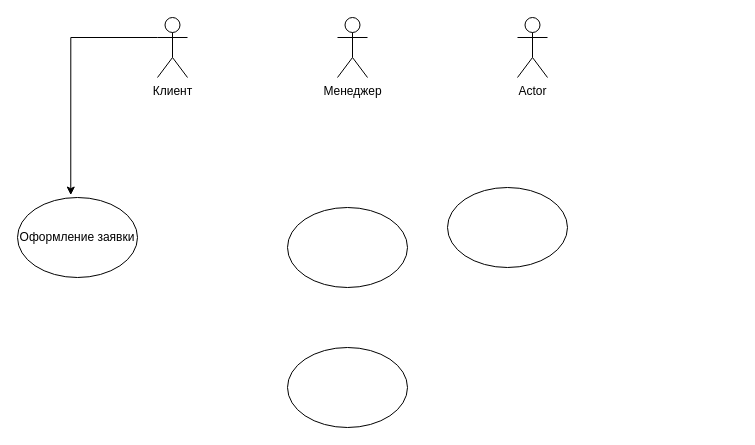
This is page "Страница — 4" (4 of 4) of Диаграмма без названия.drawio from MOLLIP-merzota/-, a draw.io file, before an edit. Source tidied: cells renumbered, new cells numbered last; positions are measured from the earlier drawing's top-left corner, leaving out a move shared by most shapes. Both pictures are drawn from the tidied source at 100%, with x=0, y=0 at pixel (17, 17).
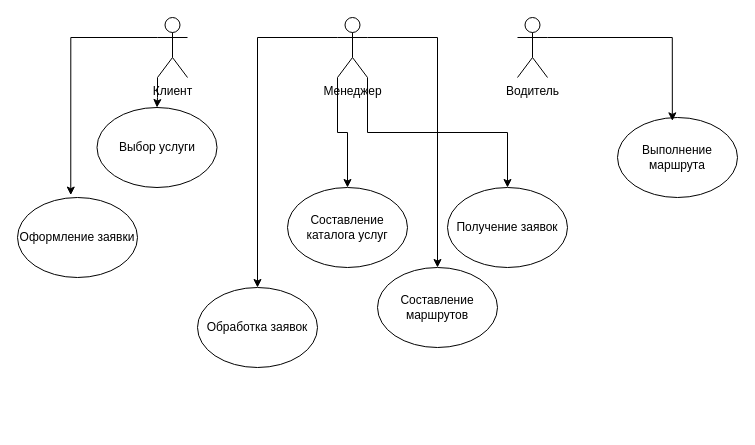
Above is the later version.

The edit, as a diff of the source:
```diff
@@
 <mxGraphModel>
   <root>
     <mxCell id="0" />
     <mxCell id="1" parent="0" />
+    <mxCell id="10" style="edgeStyle=orthogonalEdgeStyle;rounded=0;jettySize=auto;html=1;exitX=0;exitY=1;exitDx=0;exitDy=0;exitPerimeter=0;" parent="1" edge="1" source="2" target="18">
+      <mxGeometry relative="1" as="geometry" />
+    </mxCell>
     <mxCell id="2" value="Клиент" style="shape=umlActor;verticalLabelPosition=bottom;verticalAlign=top;html=1;outlineConnect=0;" parent="1" vertex="1">
       <mxGeometry x="140" width="30" height="60" as="geometry" />
     </mxCell>
+    <mxCell id="11" style="edgeStyle=orthogonalEdgeStyle;rounded=0;jettySize=auto;html=1;exitX=0;exitY=1;exitDx=0;exitDy=0;exitPerimeter=0;" parent="1" edge="1" source="3" target="7">
+      <mxGeometry relative="1" as="geometry" />
+    </mxCell>
+    <mxCell id="12" style="edgeStyle=orthogonalEdgeStyle;rounded=0;jettySize=auto;html=1;exitX=1;exitY=1;exitDx=0;exitDy=0;exitPerimeter=0;" parent="1" edge="1" source="3" target="8">
+      <mxGeometry relative="1" as="geometry" />
+    </mxCell>
+    <mxCell id="13" style="edgeStyle=orthogonalEdgeStyle;rounded=0;jettySize=auto;html=1;exitX=0;exitY=0.3333333333333333;exitDx=0;exitDy=0;exitPerimeter=0;" parent="1" edge="1" source="3" target="9">
+      <mxGeometry relative="1" as="geometry" />
+    </mxCell>
+    <mxCell id="14" style="edgeStyle=orthogonalEdgeStyle;rounded=0;jettySize=auto;html=1;exitX=1;exitY=0.3333333333333333;exitDx=0;exitDy=0;exitPerimeter=0;" parent="1" edge="1" source="3" target="16">
+      <mxGeometry relative="1" as="geometry" />
+    </mxCell>
     <mxCell id="3" value="Менеджер" style="shape=umlActor;verticalLabelPosition=bottom;verticalAlign=top;html=1;outlineConnect=0;" parent="1" vertex="1">
       <mxGeometry x="320" width="30" height="60" as="geometry" />
     </mxCell>
-    <mxCell id="4" value="Actor" style="shape=umlActor;verticalLabelPosition=bottom;verticalAlign=top;html=1;outlineConnect=0;" parent="1" vertex="1">
+    <mxCell id="4" value="Водитель" style="shape=umlActor;verticalLabelPosition=bottom;verticalAlign=top;html=1;outlineConnect=0;" parent="1" vertex="1">
       <mxGeometry x="500" width="30" height="60" as="geometry" />
     </mxCell>
     <mxCell id="5" value="Оформление заявки" style="ellipse;whiteSpace=wrap;html=1;" parent="1" vertex="1">
       <mxGeometry y="180" width="120" height="80" as="geometry" />
     </mxCell>
     <mxCell id="6" style="edgeStyle=orthogonalEdgeStyle;rounded=0;jettySize=auto;html=1;exitX=0;exitY=0.3333333333333333;exitDx=0;exitDy=0;exitPerimeter=0;entryX=0.444;entryY=-0.03;entryDx=0;entryDy=0;entryPerimeter=0;" parent="1" edge="1" source="2" target="5">
       <mxGeometry relative="1" as="geometry" />
     </mxCell>
-    <mxCell id="7" style="ellipse;whiteSpace=wrap;html=1;" parent="1" vertex="1">
-      <mxGeometry x="270" y="190" width="120" height="80" as="geometry" />
+    <mxCell id="7" value="Составление каталога услуг" style="ellipse;whiteSpace=wrap;html=1;" parent="1" vertex="1">
+      <mxGeometry x="270" y="170" width="120" height="80" as="geometry" />
     </mxCell>
-    <mxCell id="8" style="ellipse;whiteSpace=wrap;html=1;" parent="1" vertex="1">
+    <mxCell id="8" value="Получение заявок" style="ellipse;whiteSpace=wrap;html=1;" parent="1" vertex="1">
       <mxGeometry x="430" y="170" width="120" height="80" as="geometry" />
     </mxCell>
-    <mxCell id="9" style="ellipse;whiteSpace=wrap;html=1;" parent="1" vertex="1">
-      <mxGeometry x="270" y="330" width="120" height="80" as="geometry" />
+    <mxCell id="9" value="Обработка заявок" style="ellipse;whiteSpace=wrap;html=1;" parent="1" vertex="1">
+      <mxGeometry x="180" y="270" width="120" height="80" as="geometry" />
     </mxCell>
+    <mxCell id="15" value="Выполнение маршрута" style="ellipse;whiteSpace=wrap;html=1;" parent="1" vertex="1">
+      <mxGeometry x="600" y="100" width="120" height="80" as="geometry" />
+    </mxCell>
+    <mxCell id="16" value="Составление маршрутов" style="ellipse;whiteSpace=wrap;html=1;" parent="1" vertex="1">
+      <mxGeometry x="360" y="250" width="120" height="80" as="geometry" />
+    </mxCell>
+    <mxCell id="17" style="edgeStyle=orthogonalEdgeStyle;rounded=0;jettySize=auto;html=1;exitX=1;exitY=0.3333333333333333;exitDx=0;exitDy=0;exitPerimeter=0;entryX=0.457;entryY=0.042;entryDx=0;entryDy=0;entryPerimeter=0;" parent="1" edge="1" source="4" target="15">
+      <mxGeometry relative="1" as="geometry" />
+    </mxCell>
+    <mxCell id="18" value="Выбор услуги" style="ellipse;whiteSpace=wrap;html=1;" parent="1" vertex="1">
+      <mxGeometry x="79.5" y="90" width="120" height="80" as="geometry" />
+    </mxCell>
   </root>
 </mxGraphModel>
```
